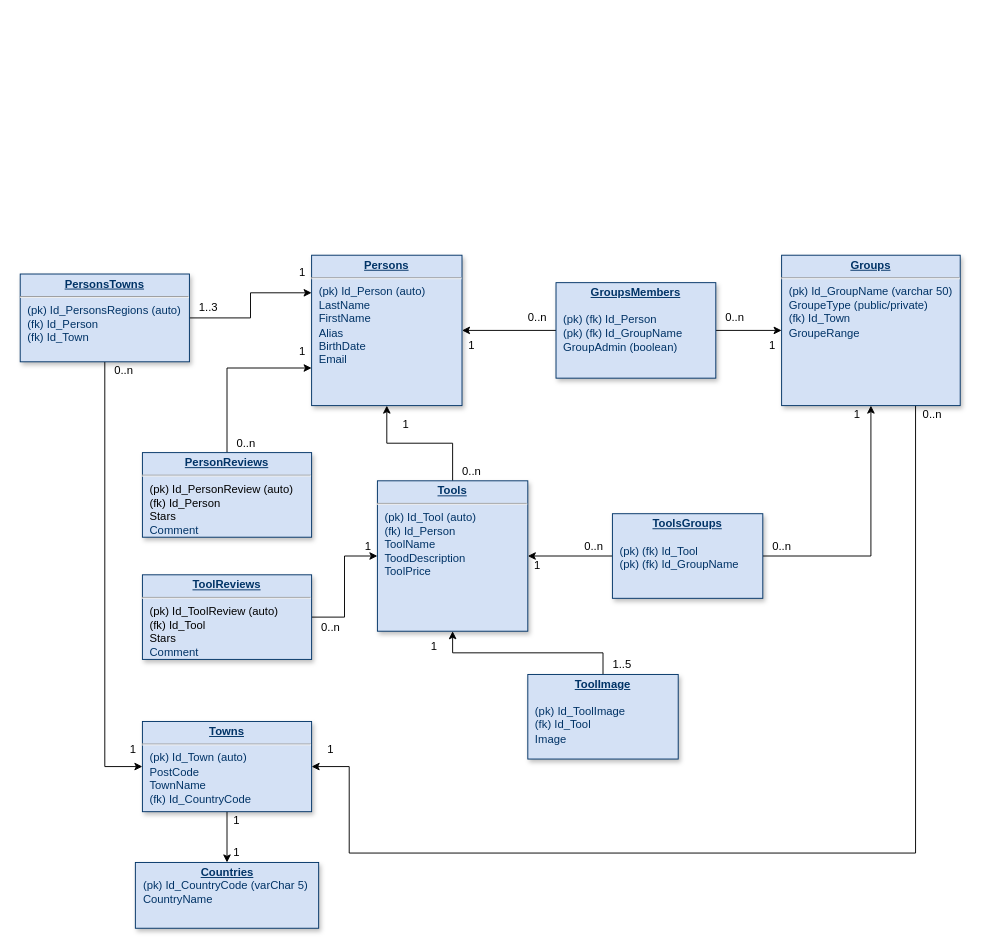
Before: toolbox_website/DB/docs/db_schematic.drawio in Altiimax/DevWebProject, a draw.io diagram. Source tidied: cells renumbered, new cells numbered last; positions are measured from the earlier drawing's top-left corner, leaving out a move shared by most shapes. Both pictures are drawn from the tidied source at 94%, with x=0, y=0 at pixel (20, 255).
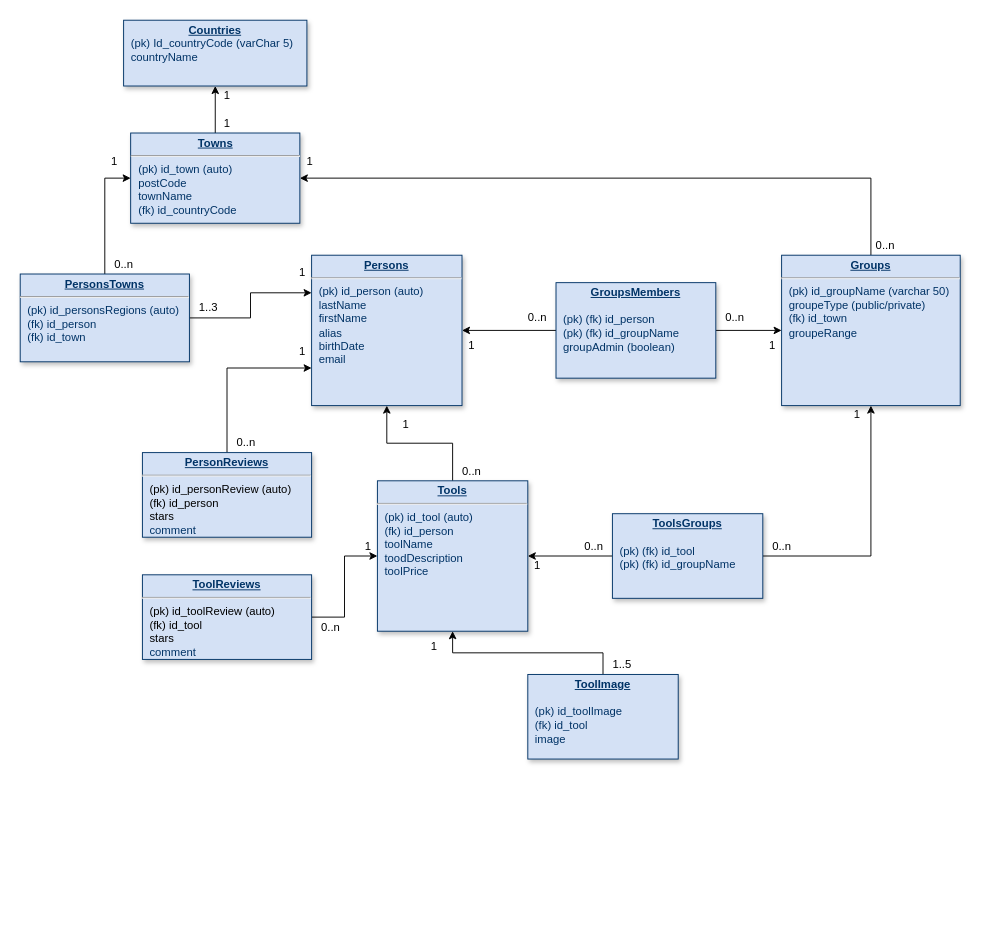
The same diagram, later.

What changed in the source:
```diff
@@
-    <mxCell id="3" value="&lt;p style=&quot;margin: 0px ; margin-top: 4px ; text-align: center ; text-decoration: underline&quot;&gt;&lt;strong&gt;Tools&lt;/strong&gt;&lt;/p&gt;&lt;hr&gt;&lt;p style=&quot;margin: 0px ; margin-left: 8px&quot;&gt;(pk) Id_Tool (auto)&lt;/p&gt;&lt;p style=&quot;margin: 0px ; margin-left: 8px&quot;&gt;(fk) Id_Person&amp;nbsp;&lt;/p&gt;&lt;p style=&quot;margin: 0px ; margin-left: 8px&quot;&gt;ToolName&lt;/p&gt;&lt;p style=&quot;margin: 0px ; margin-left: 8px&quot;&gt;ToodDescription&lt;/p&gt;&lt;p style=&quot;margin: 0px ; margin-left: 8px&quot;&gt;&lt;span&gt;ToolPrice&lt;/span&gt;&lt;br&gt;&lt;/p&gt;&lt;p style=&quot;margin: 0px ; margin-left: 8px&quot;&gt;&lt;br&gt;&lt;/p&gt;" style="verticalAlign=top;align=left;overflow=fill;fontSize=12;fontFamily=Helvetica;html=1;strokeColor=#003366;shadow=1;fillColor=#D4E1F5;fontColor=#003366;" parent="1" vertex="1">
+    <mxCell id="3" value="&lt;p style=&quot;margin: 0px ; margin-top: 4px ; text-align: center ; text-decoration: underline&quot;&gt;&lt;strong&gt;Tools&lt;/strong&gt;&lt;/p&gt;&lt;hr&gt;&lt;p style=&quot;margin: 0px ; margin-left: 8px&quot;&gt;(pk) id_tool (auto)&lt;/p&gt;&lt;p style=&quot;margin: 0px ; margin-left: 8px&quot;&gt;(fk) id_person&amp;nbsp;&lt;/p&gt;&lt;p style=&quot;margin: 0px ; margin-left: 8px&quot;&gt;toolName&lt;/p&gt;&lt;p style=&quot;margin: 0px ; margin-left: 8px&quot;&gt;toodDescription&lt;/p&gt;&lt;p style=&quot;margin: 0px ; margin-left: 8px&quot;&gt;&lt;span&gt;toolPrice&lt;/span&gt;&lt;br&gt;&lt;/p&gt;&lt;p style=&quot;margin: 0px ; margin-left: 8px&quot;&gt;&lt;br&gt;&lt;/p&gt;" style="verticalAlign=top;align=left;overflow=fill;fontSize=12;fontFamily=Helvetica;html=1;strokeColor=#003366;shadow=1;fillColor=#D4E1F5;fontColor=#003366;" parent="1" vertex="1">
       <mxGeometry x="380" y="240" width="160" height="160" as="geometry" />
     </mxCell>
-    <mxCell id="4" value="&lt;p style=&quot;margin: 0px ; margin-top: 4px ; text-align: center ; text-decoration: underline&quot;&gt;&lt;strong&gt;Persons&lt;/strong&gt;&lt;/p&gt;&lt;hr&gt;&lt;p style=&quot;margin: 0px ; margin-left: 8px&quot;&gt;&lt;span&gt;(pk) Id_Person (auto)&lt;/span&gt;&lt;/p&gt;&lt;p style=&quot;margin: 0px ; margin-left: 8px&quot;&gt;&lt;span&gt;LastName&lt;/span&gt;&lt;br&gt;&lt;/p&gt;&lt;p style=&quot;margin: 0px ; margin-left: 8px&quot;&gt;&lt;span&gt;FirstName&amp;nbsp;&lt;/span&gt;&lt;/p&gt;&lt;p style=&quot;margin: 0px ; margin-left: 8px&quot;&gt;&lt;span&gt;Alias&amp;nbsp;&lt;/span&gt;&lt;/p&gt;&lt;p style=&quot;margin: 0px ; margin-left: 8px&quot;&gt;BirthDate&amp;nbsp;&lt;/p&gt;&lt;p style=&quot;margin: 0px ; margin-left: 8px&quot;&gt;Email&lt;/p&gt;&lt;p style=&quot;margin: 0px ; margin-left: 8px&quot;&gt;&lt;br&gt;&lt;/p&gt;&lt;p style=&quot;margin: 0px ; margin-left: 8px&quot;&gt;&lt;br&gt;&lt;/p&gt;" style="verticalAlign=top;align=left;overflow=fill;fontSize=12;fontFamily=Helvetica;html=1;strokeColor=#003366;shadow=1;fillColor=#D4E1F5;fontColor=#003366;" parent="1" vertex="1">
+    <mxCell id="4" value="&lt;p style=&quot;margin: 0px ; margin-top: 4px ; text-align: center ; text-decoration: underline&quot;&gt;&lt;strong&gt;Persons&lt;/strong&gt;&lt;/p&gt;&lt;hr&gt;&lt;p style=&quot;margin: 0px ; margin-left: 8px&quot;&gt;&lt;span&gt;(pk) id_person (auto)&lt;/span&gt;&lt;/p&gt;&lt;p style=&quot;margin: 0px ; margin-left: 8px&quot;&gt;&lt;span&gt;lastName&lt;/span&gt;&lt;br&gt;&lt;/p&gt;&lt;p style=&quot;margin: 0px ; margin-left: 8px&quot;&gt;&lt;span&gt;firstName&amp;nbsp;&lt;/span&gt;&lt;/p&gt;&lt;p style=&quot;margin: 0px ; margin-left: 8px&quot;&gt;&lt;span&gt;alias&amp;nbsp;&lt;/span&gt;&lt;/p&gt;&lt;p style=&quot;margin: 0px ; margin-left: 8px&quot;&gt;birthDate&amp;nbsp;&lt;/p&gt;&lt;p style=&quot;margin: 0px ; margin-left: 8px&quot;&gt;e&lt;span&gt;mail&lt;/span&gt;&lt;/p&gt;&lt;p style=&quot;margin: 0px ; margin-left: 8px&quot;&gt;&lt;br&gt;&lt;/p&gt;&lt;p style=&quot;margin: 0px ; margin-left: 8px&quot;&gt;&lt;br&gt;&lt;/p&gt;" style="verticalAlign=top;align=left;overflow=fill;fontSize=12;fontFamily=Helvetica;html=1;strokeColor=#003366;shadow=1;fillColor=#D4E1F5;fontColor=#003366;" parent="1" vertex="1">
       <mxGeometry x="310" width="160" height="160" as="geometry" />
     </mxCell>
-    <mxCell id="5" style="edgeStyle=orthogonalEdgeStyle;rounded=0;jettySize=auto;html=1;exitX=0.75;exitY=1;exitDx=0;exitDy=0;entryX=1;entryY=0.5;entryDx=0;entryDy=0;" parent="1" edge="1" source="6" target="16">
+    <mxCell id="5" style="edgeStyle=orthogonalEdgeStyle;rounded=0;jettySize=auto;html=1;entryX=1;entryY=0.5;entryDx=0;entryDy=0;" parent="1" edge="1" source="6" target="16">
       <mxGeometry relative="1" as="geometry">
         <Array as="points">
-          <mxPoint x="953" y="636" />
-          <mxPoint x="350" y="636" />
-          <mxPoint x="350" y="544" />
+          <mxPoint x="905" y="-82" />
         </Array>
       </mxGeometry>
     </mxCell>
-    <mxCell id="6" value="&lt;p style=&quot;margin: 0px ; margin-top: 4px ; text-align: center ; text-decoration: underline&quot;&gt;&lt;strong&gt;Groups&lt;/strong&gt;&lt;/p&gt;&lt;hr&gt;&lt;p style=&quot;margin: 0px ; margin-left: 8px&quot;&gt;(pk) Id_GroupName (varchar 50)&lt;/p&gt;&lt;p style=&quot;margin: 0px ; margin-left: 8px&quot;&gt;GroupeType (public/private)&lt;/p&gt;&lt;p style=&quot;margin: 0px ; margin-left: 8px&quot;&gt;(fk) Id_Town&lt;/p&gt;&lt;p style=&quot;margin: 0px ; margin-left: 8px&quot;&gt;GroupeRange&amp;nbsp;&lt;/p&gt;&lt;p style=&quot;margin: 0px ; margin-left: 8px&quot;&gt;&lt;br&gt;&lt;/p&gt;&lt;p style=&quot;margin: 0px ; margin-left: 8px&quot;&gt;&lt;br&gt;&lt;/p&gt;" style="verticalAlign=top;align=left;overflow=fill;fontSize=12;fontFamily=Helvetica;html=1;strokeColor=#003366;shadow=1;fillColor=#D4E1F5;fontColor=#003366;" parent="1" vertex="1">
+    <mxCell id="6" value="&lt;p style=&quot;margin: 0px ; margin-top: 4px ; text-align: center ; text-decoration: underline&quot;&gt;&lt;strong&gt;Groups&lt;/strong&gt;&lt;/p&gt;&lt;hr&gt;&lt;p style=&quot;margin: 0px ; margin-left: 8px&quot;&gt;(pk) id_g&lt;span&gt;roupName (varchar 50)&lt;/span&gt;&lt;/p&gt;&lt;p style=&quot;margin: 0px ; margin-left: 8px&quot;&gt;groupeType (public/private)&lt;/p&gt;&lt;p style=&quot;margin: 0px ; margin-left: 8px&quot;&gt;(fk) id_town&lt;/p&gt;&lt;p style=&quot;margin: 0px ; margin-left: 8px&quot;&gt;groupeRange&amp;nbsp;&lt;/p&gt;&lt;p style=&quot;margin: 0px ; margin-left: 8px&quot;&gt;&lt;br&gt;&lt;/p&gt;&lt;p style=&quot;margin: 0px ; margin-left: 8px&quot;&gt;&lt;br&gt;&lt;/p&gt;" style="verticalAlign=top;align=left;overflow=fill;fontSize=12;fontFamily=Helvetica;html=1;strokeColor=#003366;shadow=1;fillColor=#D4E1F5;fontColor=#003366;" parent="1" vertex="1">
       <mxGeometry x="810" width="190" height="160" as="geometry" />
     </mxCell>
@@
-    <mxCell id="9" value="&lt;p style=&quot;margin: 0px ; margin-top: 4px ; text-align: center ; text-decoration: underline&quot;&gt;&lt;strong&gt;GroupsMembers&lt;/strong&gt;&lt;/p&gt;&lt;p style=&quot;margin: 0px ; margin-left: 8px&quot;&gt;&lt;br&gt;&lt;/p&gt;&lt;p style=&quot;margin: 0px ; margin-left: 8px&quot;&gt;(pk) (fk) Id_Person&lt;/p&gt;&lt;p style=&quot;margin: 0px ; margin-left: 8px&quot;&gt;(pk) (fk) Id_GroupName&lt;/p&gt;&lt;p style=&quot;margin: 0px ; margin-left: 8px&quot;&gt;GroupAdmin (boolean)&lt;/p&gt;&lt;p style=&quot;margin: 0px ; margin-left: 8px&quot;&gt;&lt;br&gt;&lt;/p&gt;&lt;p style=&quot;margin: 0px ; margin-left: 8px&quot;&gt;&lt;br&gt;&lt;/p&gt;&lt;p style=&quot;margin: 0px ; margin-left: 8px&quot;&gt;&lt;br&gt;&lt;/p&gt;" style="verticalAlign=top;align=left;overflow=fill;fontSize=12;fontFamily=Helvetica;html=1;strokeColor=#003366;shadow=1;fillColor=#D4E1F5;fontColor=#003366;" parent="1" vertex="1">
+    <mxCell id="9" value="&lt;p style=&quot;margin: 0px ; margin-top: 4px ; text-align: center ; text-decoration: underline&quot;&gt;&lt;strong&gt;GroupsMembers&lt;/strong&gt;&lt;/p&gt;&lt;p style=&quot;margin: 0px ; margin-left: 8px&quot;&gt;&lt;br&gt;&lt;/p&gt;&lt;p style=&quot;margin: 0px ; margin-left: 8px&quot;&gt;(pk) (fk) id_person&lt;/p&gt;&lt;p style=&quot;margin: 0px ; margin-left: 8px&quot;&gt;(pk) (fk) id_groupName&lt;/p&gt;&lt;p style=&quot;margin: 0px ; margin-left: 8px&quot;&gt;groupAdmin (boolean)&lt;/p&gt;&lt;p style=&quot;margin: 0px ; margin-left: 8px&quot;&gt;&lt;br&gt;&lt;/p&gt;&lt;p style=&quot;margin: 0px ; margin-left: 8px&quot;&gt;&lt;br&gt;&lt;/p&gt;&lt;p style=&quot;margin: 0px ; margin-left: 8px&quot;&gt;&lt;br&gt;&lt;/p&gt;" style="verticalAlign=top;align=left;overflow=fill;fontSize=12;fontFamily=Helvetica;html=1;strokeColor=#003366;shadow=1;fillColor=#D4E1F5;fontColor=#003366;" parent="1" vertex="1">
       <mxGeometry x="570" y="29.2" width="170" height="101.6" as="geometry" />
     </mxCell>
@@
-    <mxCell id="12" value="&lt;p style=&quot;margin: 0px ; margin-top: 4px ; text-align: center ; text-decoration: underline&quot;&gt;&lt;strong&gt;ToolsGroups&lt;/strong&gt;&lt;/p&gt;&lt;p style=&quot;margin: 0px ; margin-left: 8px&quot;&gt;&lt;br&gt;&lt;/p&gt;&lt;p style=&quot;margin: 0px ; margin-left: 8px&quot;&gt;(pk) (fk) Id_Tool&lt;/p&gt;&lt;p style=&quot;margin: 0px ; margin-left: 8px&quot;&gt;(pk) (fk) Id_GroupName&lt;/p&gt;&lt;p style=&quot;margin: 0px ; margin-left: 8px&quot;&gt;&lt;br&gt;&lt;/p&gt;&lt;p style=&quot;margin: 0px ; margin-left: 8px&quot;&gt;&lt;br&gt;&lt;/p&gt;&lt;p style=&quot;margin: 0px ; margin-left: 8px&quot;&gt;&lt;br&gt;&lt;/p&gt;" style="verticalAlign=top;align=left;overflow=fill;fontSize=12;fontFamily=Helvetica;html=1;strokeColor=#003366;shadow=1;fillColor=#D4E1F5;fontColor=#003366;" parent="1" vertex="1">
+    <mxCell id="12" value="&lt;p style=&quot;margin: 0px ; margin-top: 4px ; text-align: center ; text-decoration: underline&quot;&gt;&lt;strong&gt;ToolsGroups&lt;/strong&gt;&lt;/p&gt;&lt;p style=&quot;margin: 0px ; margin-left: 8px&quot;&gt;&lt;br&gt;&lt;/p&gt;&lt;p style=&quot;margin: 0px ; margin-left: 8px&quot;&gt;(pk) (fk) id_tool&lt;/p&gt;&lt;p style=&quot;margin: 0px ; margin-left: 8px&quot;&gt;(pk) (fk) id_groupName&lt;/p&gt;&lt;p style=&quot;margin: 0px ; margin-left: 8px&quot;&gt;&lt;br&gt;&lt;/p&gt;&lt;p style=&quot;margin: 0px ; margin-left: 8px&quot;&gt;&lt;br&gt;&lt;/p&gt;&lt;p style=&quot;margin: 0px ; margin-left: 8px&quot;&gt;&lt;br&gt;&lt;/p&gt;" style="verticalAlign=top;align=left;overflow=fill;fontSize=12;fontFamily=Helvetica;html=1;strokeColor=#003366;shadow=1;fillColor=#D4E1F5;fontColor=#003366;" parent="1" vertex="1">
       <mxGeometry x="630" y="275" width="160" height="90" as="geometry" />
     </mxCell>
@@
-    <mxCell id="14" value="&lt;p style=&quot;margin: 0px ; margin-top: 4px ; text-align: center ; text-decoration: underline&quot;&gt;&lt;strong&gt;Countries&lt;/strong&gt;&lt;/p&gt;&lt;p style=&quot;margin: 0px ; margin-left: 8px&quot;&gt;(pk) Id_CountryCode (varChar 5)&lt;/p&gt;&lt;p style=&quot;margin: 0px ; margin-left: 8px&quot;&gt;CountryName&lt;/p&gt;&lt;p style=&quot;margin: 0px ; margin-left: 8px&quot;&gt;&lt;br&gt;&lt;/p&gt;&lt;p style=&quot;margin: 0px ; margin-left: 8px&quot;&gt;&lt;br&gt;&lt;/p&gt;&lt;p style=&quot;margin: 0px ; margin-left: 8px&quot;&gt;&lt;br&gt;&lt;/p&gt;" style="verticalAlign=top;align=left;overflow=fill;fontSize=12;fontFamily=Helvetica;html=1;strokeColor=#003366;shadow=1;fillColor=#D4E1F5;fontColor=#003366;" parent="1" vertex="1">
-      <mxGeometry x="122.5" y="646" width="195" height="70" as="geometry" />
+    <mxCell id="14" value="&lt;p style=&quot;margin: 0px ; margin-top: 4px ; text-align: center ; text-decoration: underline&quot;&gt;&lt;strong&gt;Countries&lt;/strong&gt;&lt;/p&gt;&lt;p style=&quot;margin: 0px ; margin-left: 8px&quot;&gt;(pk) Id_countryCode (varChar 5)&lt;/p&gt;&lt;p style=&quot;margin: 0px ; margin-left: 8px&quot;&gt;countryName&lt;/p&gt;&lt;p style=&quot;margin: 0px ; margin-left: 8px&quot;&gt;&lt;br&gt;&lt;/p&gt;&lt;p style=&quot;margin: 0px ; margin-left: 8px&quot;&gt;&lt;br&gt;&lt;/p&gt;&lt;p style=&quot;margin: 0px ; margin-left: 8px&quot;&gt;&lt;br&gt;&lt;/p&gt;" style="verticalAlign=top;align=left;overflow=fill;fontSize=12;fontFamily=Helvetica;html=1;strokeColor=#003366;shadow=1;fillColor=#D4E1F5;fontColor=#003366;" parent="1" vertex="1">
+      <mxGeometry x="110" y="-250" width="195" height="70" as="geometry" />
     </mxCell>
-    <mxCell id="15" style="edgeStyle=orthogonalEdgeStyle;rounded=0;jettySize=auto;html=1;exitX=0.5;exitY=1;exitDx=0;exitDy=0;entryX=0.5;entryY=0;entryDx=0;entryDy=0;" parent="1" edge="1" source="16" target="14">
+    <mxCell id="15" style="edgeStyle=orthogonalEdgeStyle;rounded=0;jettySize=auto;html=1;entryX=0.5;entryY=1;entryDx=0;entryDy=0;" parent="1" edge="1" source="16" target="14">
       <mxGeometry relative="1" as="geometry" />
     </mxCell>
-    <mxCell id="16" value="&lt;p style=&quot;margin: 0px ; margin-top: 4px ; text-align: center ; text-decoration: underline&quot;&gt;&lt;strong&gt;Towns&lt;/strong&gt;&lt;/p&gt;&lt;hr&gt;&lt;p style=&quot;margin: 0px ; margin-left: 8px&quot;&gt;(pk) Id_Town (auto)&lt;/p&gt;&lt;p style=&quot;margin: 0px ; margin-left: 8px&quot;&gt;PostCode&lt;/p&gt;&lt;p style=&quot;margin: 0px ; margin-left: 8px&quot;&gt;TownName&lt;/p&gt;&lt;p style=&quot;margin: 0px ; margin-left: 8px&quot;&gt;(fk) Id_CountryCode&lt;/p&gt;&lt;p style=&quot;margin: 0px ; margin-left: 8px&quot;&gt;&lt;br&gt;&lt;/p&gt;&lt;p style=&quot;margin: 0px ; margin-left: 8px&quot;&gt;&lt;br&gt;&lt;/p&gt;" style="verticalAlign=top;align=left;overflow=fill;fontSize=12;fontFamily=Helvetica;html=1;strokeColor=#003366;shadow=1;fillColor=#D4E1F5;fontColor=#003366;" parent="1" vertex="1">
-      <mxGeometry x="130" y="496" width="180" height="96" as="geometry" />
+    <mxCell id="16" value="&lt;p style=&quot;margin: 0px ; margin-top: 4px ; text-align: center ; text-decoration: underline&quot;&gt;&lt;strong&gt;Towns&lt;/strong&gt;&lt;/p&gt;&lt;hr&gt;&lt;p style=&quot;margin: 0px ; margin-left: 8px&quot;&gt;(pk) id_town (auto)&lt;/p&gt;&lt;p style=&quot;margin: 0px ; margin-left: 8px&quot;&gt;postCode&lt;/p&gt;&lt;p style=&quot;margin: 0px ; margin-left: 8px&quot;&gt;townName&lt;/p&gt;&lt;p style=&quot;margin: 0px ; margin-left: 8px&quot;&gt;(fk) id_countryCode&lt;/p&gt;&lt;p style=&quot;margin: 0px ; margin-left: 8px&quot;&gt;&lt;br&gt;&lt;/p&gt;&lt;p style=&quot;margin: 0px ; margin-left: 8px&quot;&gt;&lt;br&gt;&lt;/p&gt;" style="verticalAlign=top;align=left;overflow=fill;fontSize=12;fontFamily=Helvetica;html=1;strokeColor=#003366;shadow=1;fillColor=#D4E1F5;fontColor=#003366;" parent="1" vertex="1">
+      <mxGeometry x="117.5" y="-130" width="180" height="96" as="geometry" />
     </mxCell>
@@
     <mxCell id="20" value="1" style="text;html=1;align=center;verticalAlign=middle;" parent="1" vertex="1">
-      <mxGeometry x="220" y="592" width="20" height="20" as="geometry" />
+      <mxGeometry x="210" y="-180" width="20" height="20" as="geometry" />
     </mxCell>
     <mxCell id="21" value="0..n" style="text;html=1;align=center;verticalAlign=middle;" parent="1" vertex="1">
-      <mxGeometry x="950" y="160" width="40" height="20" as="geometry" />
+      <mxGeometry x="900" y="-20" width="40" height="20" as="geometry" />
     </mxCell>
@@
-    <mxCell id="24" value="&lt;p style=&quot;margin: 0px ; margin-top: 4px ; text-align: center ; text-decoration: underline&quot;&gt;&lt;strong&gt;PersonsTowns&lt;/strong&gt;&lt;/p&gt;&lt;hr&gt;&lt;p style=&quot;margin: 0px ; margin-left: 8px&quot;&gt;(pk) Id_PersonsRegions (auto)&lt;/p&gt;&lt;p style=&quot;margin: 0px ; margin-left: 8px&quot;&gt;(fk) Id_Person&lt;/p&gt;&lt;p style=&quot;margin: 0px ; margin-left: 8px&quot;&gt;(fk) Id_Town&lt;/p&gt;&lt;p style=&quot;margin: 0px ; margin-left: 8px&quot;&gt;&lt;br&gt;&lt;/p&gt;&lt;p style=&quot;margin: 0px ; margin-left: 8px&quot;&gt;&lt;br&gt;&lt;/p&gt;&lt;p style=&quot;margin: 0px ; margin-left: 8px&quot;&gt;&lt;br&gt;&lt;/p&gt;" style="verticalAlign=top;align=left;overflow=fill;fontSize=12;fontFamily=Helvetica;html=1;strokeColor=#003366;shadow=1;fillColor=#D4E1F5;fontColor=#003366;" parent="1" vertex="1">
+    <mxCell id="24" value="&lt;p style=&quot;margin: 0px ; margin-top: 4px ; text-align: center ; text-decoration: underline&quot;&gt;&lt;strong&gt;PersonsTowns&lt;/strong&gt;&lt;/p&gt;&lt;hr&gt;&lt;p style=&quot;margin: 0px ; margin-left: 8px&quot;&gt;(pk) id_personsRegions (auto)&lt;/p&gt;&lt;p style=&quot;margin: 0px ; margin-left: 8px&quot;&gt;(fk) id_person&lt;/p&gt;&lt;p style=&quot;margin: 0px ; margin-left: 8px&quot;&gt;(fk) id_town&lt;/p&gt;&lt;p style=&quot;margin: 0px ; margin-left: 8px&quot;&gt;&lt;br&gt;&lt;/p&gt;&lt;p style=&quot;margin: 0px ; margin-left: 8px&quot;&gt;&lt;br&gt;&lt;/p&gt;&lt;p style=&quot;margin: 0px ; margin-left: 8px&quot;&gt;&lt;br&gt;&lt;/p&gt;" style="verticalAlign=top;align=left;overflow=fill;fontSize=12;fontFamily=Helvetica;html=1;strokeColor=#003366;shadow=1;fillColor=#D4E1F5;fontColor=#003366;" parent="1" vertex="1">
       <mxGeometry y="20" width="180" height="93.4" as="geometry" />
     </mxCell>
@@
-    <mxCell id="26" value="&lt;p style=&quot;margin: 0px ; margin-top: 4px ; text-align: center ; text-decoration: underline&quot;&gt;&lt;strong&gt;ToolReviews&lt;/strong&gt;&lt;/p&gt;&lt;hr&gt;&lt;p style=&quot;margin: 0px ; margin-left: 8px&quot;&gt;&lt;span style=&quot;color: rgb(0 , 0 , 0)&quot;&gt;(pk) Id_ToolReview (auto)&lt;/span&gt;&lt;/p&gt;&lt;p style=&quot;margin: 0px ; margin-left: 8px&quot;&gt;&lt;span style=&quot;color: rgb(0 , 0 , 0)&quot;&gt;(fk) Id_Tool&lt;/span&gt;&lt;/p&gt;&lt;p style=&quot;margin: 0px ; margin-left: 8px&quot;&gt;&lt;font color=&quot;#000000&quot;&gt;Stars&lt;/font&gt;&lt;/p&gt;&lt;p style=&quot;margin: 0px ; margin-left: 8px&quot;&gt;Comment&lt;/p&gt;&lt;p style=&quot;margin: 0px ; margin-left: 8px&quot;&gt;&lt;br&gt;&lt;/p&gt;&lt;p style=&quot;margin: 0px ; margin-left: 8px&quot;&gt;&lt;br&gt;&lt;/p&gt;" style="verticalAlign=top;align=left;overflow=fill;fontSize=12;fontFamily=Helvetica;html=1;strokeColor=#003366;shadow=1;fillColor=#D4E1F5;fontColor=#003366;" parent="1" vertex="1">
+    <mxCell id="26" value="&lt;p style=&quot;margin: 0px ; margin-top: 4px ; text-align: center ; text-decoration: underline&quot;&gt;&lt;strong&gt;ToolReviews&lt;/strong&gt;&lt;/p&gt;&lt;hr&gt;&lt;p style=&quot;margin: 0px ; margin-left: 8px&quot;&gt;&lt;span style=&quot;color: rgb(0 , 0 , 0)&quot;&gt;(pk) id_toolReview (auto)&lt;/span&gt;&lt;/p&gt;&lt;p style=&quot;margin: 0px ; margin-left: 8px&quot;&gt;&lt;span style=&quot;color: rgb(0 , 0 , 0)&quot;&gt;(fk) id_tool&lt;/span&gt;&lt;/p&gt;&lt;p style=&quot;margin: 0px ; margin-left: 8px&quot;&gt;&lt;font color=&quot;#000000&quot;&gt;stars&lt;/font&gt;&lt;/p&gt;&lt;p style=&quot;margin: 0px ; margin-left: 8px&quot;&gt;comment&lt;/p&gt;&lt;p style=&quot;margin: 0px ; margin-left: 8px&quot;&gt;&lt;br&gt;&lt;/p&gt;&lt;p style=&quot;margin: 0px ; margin-left: 8px&quot;&gt;&lt;br&gt;&lt;/p&gt;" style="verticalAlign=top;align=left;overflow=fill;fontSize=12;fontFamily=Helvetica;html=1;strokeColor=#003366;shadow=1;fillColor=#D4E1F5;fontColor=#003366;" parent="1" vertex="1">
       <mxGeometry x="130" y="340" width="180" height="90" as="geometry" />
     </mxCell>
@@
-    <mxCell id="28" value="&lt;p style=&quot;margin: 0px ; margin-top: 4px ; text-align: center ; text-decoration: underline&quot;&gt;&lt;strong&gt;PersonReviews&lt;/strong&gt;&lt;/p&gt;&lt;hr&gt;&lt;p style=&quot;margin: 0px ; margin-left: 8px&quot;&gt;&lt;span style=&quot;color: rgb(0 , 0 , 0)&quot;&gt;(pk) Id_PersonReview (auto)&lt;/span&gt;&lt;/p&gt;&lt;p style=&quot;margin: 0px ; margin-left: 8px&quot;&gt;&lt;span style=&quot;color: rgb(0 , 0 , 0)&quot;&gt;(fk) Id_Person&lt;/span&gt;&lt;/p&gt;&lt;p style=&quot;margin: 0px ; margin-left: 8px&quot;&gt;&lt;font color=&quot;#000000&quot;&gt;Stars&lt;/font&gt;&lt;/p&gt;&lt;p style=&quot;margin: 0px ; margin-left: 8px&quot;&gt;Comment&lt;br&gt;&lt;/p&gt;&lt;p style=&quot;margin: 0px ; margin-left: 8px&quot;&gt;&lt;br&gt;&lt;/p&gt;&lt;p style=&quot;margin: 0px ; margin-left: 8px&quot;&gt;&lt;br&gt;&lt;/p&gt;" style="verticalAlign=top;align=left;overflow=fill;fontSize=12;fontFamily=Helvetica;html=1;strokeColor=#003366;shadow=1;fillColor=#D4E1F5;fontColor=#003366;" parent="1" vertex="1">
+    <mxCell id="28" value="&lt;p style=&quot;margin: 0px ; margin-top: 4px ; text-align: center ; text-decoration: underline&quot;&gt;&lt;strong&gt;PersonReviews&lt;/strong&gt;&lt;/p&gt;&lt;hr&gt;&lt;p style=&quot;margin: 0px ; margin-left: 8px&quot;&gt;&lt;span style=&quot;color: rgb(0 , 0 , 0)&quot;&gt;(pk) id_personReview (auto)&lt;/span&gt;&lt;/p&gt;&lt;p style=&quot;margin: 0px ; margin-left: 8px&quot;&gt;&lt;span style=&quot;color: rgb(0 , 0 , 0)&quot;&gt;(fk) id_person&lt;/span&gt;&lt;/p&gt;&lt;p style=&quot;margin: 0px ; margin-left: 8px&quot;&gt;&lt;font color=&quot;#000000&quot;&gt;stars&lt;/font&gt;&lt;/p&gt;&lt;p style=&quot;margin: 0px ; margin-left: 8px&quot;&gt;comment&lt;br&gt;&lt;/p&gt;&lt;p style=&quot;margin: 0px ; margin-left: 8px&quot;&gt;&lt;br&gt;&lt;/p&gt;&lt;p style=&quot;margin: 0px ; margin-left: 8px&quot;&gt;&lt;br&gt;&lt;/p&gt;" style="verticalAlign=top;align=left;overflow=fill;fontSize=12;fontFamily=Helvetica;html=1;strokeColor=#003366;shadow=1;fillColor=#D4E1F5;fontColor=#003366;" parent="1" vertex="1">
       <mxGeometry x="130" y="210" width="180" height="90" as="geometry" />
     </mxCell>
@@
     <mxCell id="34" value="1" style="text;html=1;align=center;verticalAlign=middle;" parent="1" vertex="1">
-      <mxGeometry x="220" y="626" width="20" height="20" as="geometry" />
+      <mxGeometry x="210" y="-150" width="20" height="20" as="geometry" />
     </mxCell>
     <mxCell id="35" value="1" style="text;html=1;align=center;verticalAlign=middle;" parent="1" vertex="1">
-      <mxGeometry x="320" y="516" width="20" height="20" as="geometry" />
+      <mxGeometry x="297.5" y="-110" width="20" height="20" as="geometry" />
     </mxCell>
@@
     <mxCell id="38" value="1" style="text;html=1;align=center;verticalAlign=middle;" parent="1" vertex="1">
-      <mxGeometry x="110" y="516" width="20" height="20" as="geometry" />
+      <mxGeometry x="90" y="-110" width="20" height="20" as="geometry" />
     </mxCell>
     <mxCell id="39" value="0..n" style="text;html=1;align=center;verticalAlign=middle;" parent="1" vertex="1">
-      <mxGeometry x="90" y="113.4" width="40" height="20" as="geometry" />
+      <mxGeometry x="90" width="40" height="20" as="geometry" />
     </mxCell>
@@
-    <mxCell id="49" value="&lt;p style=&quot;margin: 0px ; margin-top: 4px ; text-align: center ; text-decoration: underline&quot;&gt;&lt;strong&gt;Tool&lt;/strong&gt;&lt;strong&gt;Image&lt;/strong&gt;&lt;/p&gt;&lt;p style=&quot;margin: 0px ; margin-left: 8px&quot;&gt;&lt;br&gt;&lt;/p&gt;&lt;p style=&quot;margin: 0px ; margin-left: 8px&quot;&gt;(pk) Id_ToolImage&lt;/p&gt;&lt;p style=&quot;margin: 0px ; margin-left: 8px&quot;&gt;(fk) Id_Tool&lt;/p&gt;&lt;p style=&quot;margin: 0px ; margin-left: 8px&quot;&gt;Image&lt;/p&gt;&lt;p style=&quot;margin: 0px ; margin-left: 8px&quot;&gt;&lt;br&gt;&lt;/p&gt;&lt;p style=&quot;margin: 0px ; margin-left: 8px&quot;&gt;&lt;br&gt;&lt;/p&gt;&lt;p style=&quot;margin: 0px ; margin-left: 8px&quot;&gt;&lt;br&gt;&lt;/p&gt;" style="verticalAlign=top;align=left;overflow=fill;fontSize=12;fontFamily=Helvetica;html=1;strokeColor=#003366;shadow=1;fillColor=#D4E1F5;fontColor=#003366;" parent="1" vertex="1">
+    <mxCell id="49" value="&lt;p style=&quot;margin: 0px ; margin-top: 4px ; text-align: center ; text-decoration: underline&quot;&gt;&lt;strong&gt;Tool&lt;/strong&gt;&lt;strong&gt;Image&lt;/strong&gt;&lt;/p&gt;&lt;p style=&quot;margin: 0px ; margin-left: 8px&quot;&gt;&lt;br&gt;&lt;/p&gt;&lt;p style=&quot;margin: 0px ; margin-left: 8px&quot;&gt;(pk) id_toolImage&lt;/p&gt;&lt;p style=&quot;margin: 0px ; margin-left: 8px&quot;&gt;(fk) id_tool&lt;/p&gt;&lt;p style=&quot;margin: 0px ; margin-left: 8px&quot;&gt;image&lt;/p&gt;&lt;p style=&quot;margin: 0px ; margin-left: 8px&quot;&gt;&lt;br&gt;&lt;/p&gt;&lt;p style=&quot;margin: 0px ; margin-left: 8px&quot;&gt;&lt;br&gt;&lt;/p&gt;&lt;p style=&quot;margin: 0px ; margin-left: 8px&quot;&gt;&lt;br&gt;&lt;/p&gt;" style="verticalAlign=top;align=left;overflow=fill;fontSize=12;fontFamily=Helvetica;html=1;strokeColor=#003366;shadow=1;fillColor=#D4E1F5;fontColor=#003366;" parent="1" vertex="1">
       <mxGeometry x="540" y="446" width="160" height="90" as="geometry" />
     </mxCell>
```
